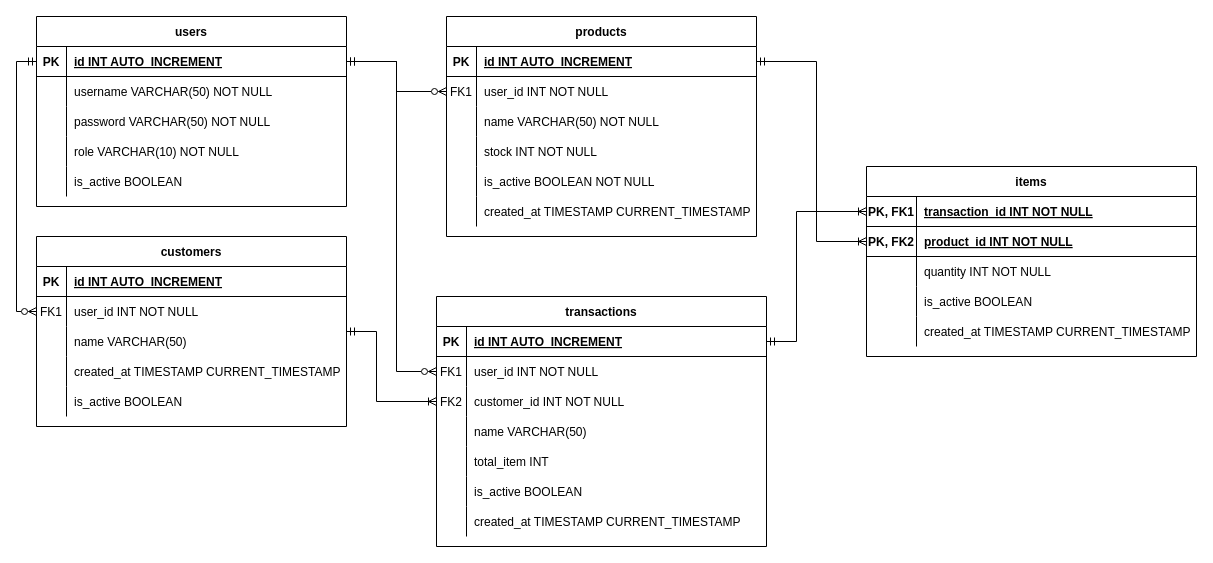
helmimuzkr/tokoku keeps this draw.io diagram as tokoku-erd.drawio. Above is the earlier version. Source tidied: cells renumbered, new cells numbered last; positions are measured from the earlier drawing's top-left corner, leaving out a move shared by most shapes. Both pictures are drawn from the tidied source at 100%, with x=0, y=0 at pixel (16, 16).
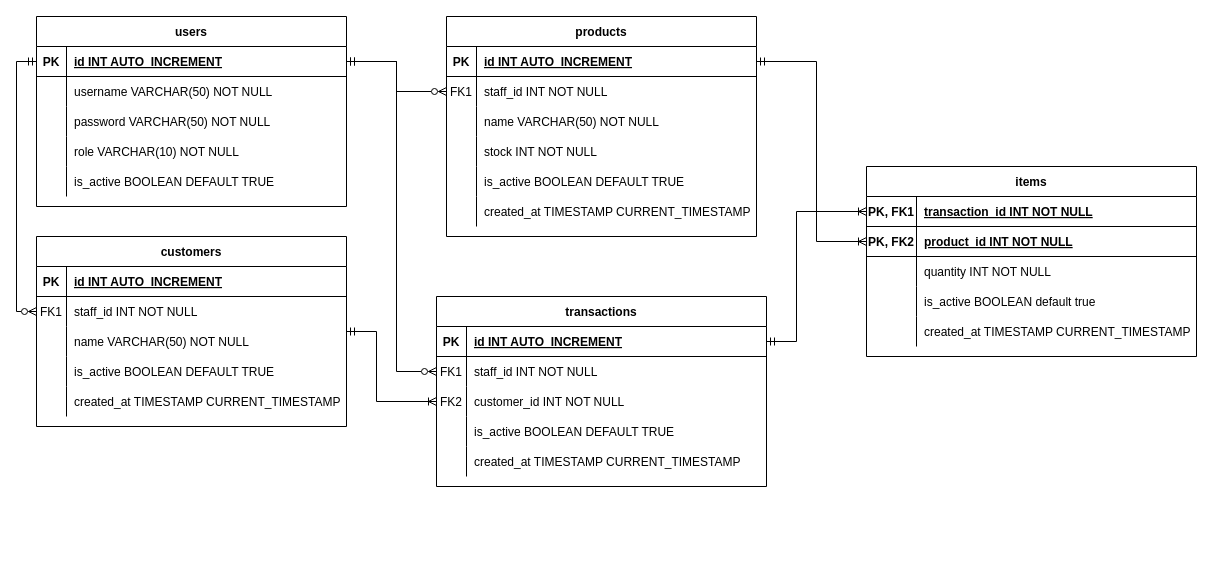
Above is the later version.

The change refers to these unchanged cells:
```xml
<mxCell id="15" style="shape=partialRectangle;fillColor=none;top=0;left=0;right=0;bottom=0;" parent="2" vertex="1">
  <mxGeometry y="150" width="310" height="30" as="geometry" />
</mxCell>
<mxCell id="19" value="customers" style="shape=table;startSize=30;childLayout=tableLayout;rowLines=0;fontStyle=1;align=center;" parent="1" vertex="1">
  <mxGeometry x="20" y="220" width="310" height="190" as="geometry" />
</mxCell>
<mxCell id="23" style="shape=partialRectangle;fillColor=none;points=[[0,0.5],[1,0.5]];portConstraint=eastwest;top=0;left=0;right=0;bottom=0;" parent="19" vertex="1">
  <mxGeometry y="60" width="310" height="30" as="geometry" />
</mxCell>
<mxCell id="26" style="shape=partialRectangle;fillColor=none;top=0;left=0;right=0;bottom=0;" parent="19" vertex="1">
  <mxGeometry y="90" width="310" height="30" as="geometry" />
</mxCell>
<mxCell id="39" style="shape=partialRectangle;fillColor=none;points=[[0,0.5],[1,0.5]];portConstraint=eastwest;top=0;left=0;right=0;bottom=0;" parent="35" vertex="1">
  <mxGeometry y="60" width="310" height="30" as="geometry" />
</mxCell>
<mxCell id="48" style="shape=partialRectangle;fillColor=none;top=0;left=0;right=0;bottom=0;" parent="35" vertex="1">
  <mxGeometry y="150" width="310" height="30" as="geometry" />
</mxCell>
<mxCell id="58" style="shape=partialRectangle;fillColor=none;points=[[0,0.5],[1,0.5]];portConstraint=eastwest;top=0;left=0;right=0;bottom=0;" parent="54" vertex="1">
  <mxGeometry y="60" width="330" height="30" as="geometry" />
</mxCell>
<mxCell id="86" style="shape=partialRectangle;fillColor=none;top=0;left=0;right=0;bottom=0;" parent="76" vertex="1">
  <mxGeometry y="120" width="330" height="30" as="geometry" />
</mxCell>
```

Diff of the diagram source:
```diff
@@
-    <mxCell id="17" value="is_active BOOLEAN" style="shape=partialRectangle;overflow=hidden;fillColor=none;top=0;left=0;bottom=0;right=0;align=left;spacingLeft=6;" parent="15" vertex="1">
+    <mxCell id="17" value="is_active BOOLEAN DEFAULT TRUE" style="shape=partialRectangle;overflow=hidden;fillColor=none;top=0;left=0;bottom=0;right=0;align=left;spacingLeft=6;" parent="15" vertex="1">
       <mxGeometry x="30" width="280" height="30" as="geometry" />
     </mxCell>
@@
-    <mxCell id="25" value="user_id INT NOT NULL" style="shape=partialRectangle;overflow=hidden;fillColor=none;top=0;left=0;bottom=0;right=0;align=left;spacingLeft=6;" parent="23" vertex="1">
+    <mxCell id="25" value="staff_id INT NOT NULL" style="shape=partialRectangle;overflow=hidden;fillColor=none;top=0;left=0;bottom=0;right=0;align=left;spacingLeft=6;" parent="23" vertex="1">
       <mxGeometry x="30" width="280" height="30" as="geometry" />
     </mxCell>
@@
-    <mxCell id="28" value="name VARCHAR(50)" style="shape=partialRectangle;overflow=hidden;fillColor=none;top=0;left=0;bottom=0;right=0;align=left;spacingLeft=6;" parent="26" vertex="1">
+    <mxCell id="28" value="name VARCHAR(50) NOT NULL" style="shape=partialRectangle;overflow=hidden;fillColor=none;top=0;left=0;bottom=0;right=0;align=left;spacingLeft=6;" parent="26" vertex="1">
       <mxGeometry x="30" width="280" height="30" as="geometry" />
     </mxCell>
+    <mxCell id="32" style="shape=partialRectangle;fillColor=none;top=0;left=0;right=0;bottom=0;" parent="19" vertex="1">
+      <mxGeometry y="120" width="310" height="30" as="geometry" />
+    </mxCell>
+    <mxCell id="33" style="shape=partialRectangle;overflow=hidden;fillColor=none;top=0;left=0;bottom=0;right=0;" parent="32" vertex="1">
+      <mxGeometry width="30" height="30" as="geometry" />
+    </mxCell>
+    <mxCell id="34" value="is_active BOOLEAN DEFAULT TRUE" style="shape=partialRectangle;overflow=hidden;fillColor=none;top=0;left=0;bottom=0;right=0;align=left;spacingLeft=6;" parent="32" vertex="1">
+      <mxGeometry x="30" width="280" height="30" as="geometry" />
+    </mxCell>
     <mxCell id="29" style="shape=partialRectangle;fillColor=none;top=0;left=0;right=0;bottom=0;" parent="19" vertex="1">
-      <mxGeometry y="120" width="310" height="30" as="geometry" />
+      <mxGeometry y="150" width="310" height="30" as="geometry" />
     </mxCell>
@@
-    <mxCell id="32" style="shape=partialRectangle;fillColor=none;top=0;left=0;right=0;bottom=0;" parent="19" vertex="1">
-      <mxGeometry y="150" width="310" height="30" as="geometry" />
-    </mxCell>
-    <mxCell id="33" style="shape=partialRectangle;overflow=hidden;fillColor=none;top=0;left=0;bottom=0;right=0;" parent="32" vertex="1">
-      <mxGeometry width="30" height="30" as="geometry" />
-    </mxCell>
-    <mxCell id="34" value="is_active BOOLEAN" style="shape=partialRectangle;overflow=hidden;fillColor=none;top=0;left=0;bottom=0;right=0;align=left;spacingLeft=6;" parent="32" vertex="1">
-      <mxGeometry x="30" width="280" height="30" as="geometry" />
-    </mxCell>
@@
-    <mxCell id="41" value="user_id INT NOT NULL" style="shape=partialRectangle;overflow=hidden;fillColor=none;top=0;left=0;bottom=0;right=0;align=left;spacingLeft=6;" parent="39" vertex="1">
+    <mxCell id="41" value="staff_id INT NOT NULL" style="shape=partialRectangle;overflow=hidden;fillColor=none;top=0;left=0;bottom=0;right=0;align=left;spacingLeft=6;" parent="39" vertex="1">
       <mxGeometry x="30" width="280" height="30" as="geometry" />
     </mxCell>
@@
-    <mxCell id="50" value="is_active BOOLEAN NOT NULL" style="shape=partialRectangle;overflow=hidden;fillColor=none;top=0;left=0;bottom=0;right=0;align=left;spacingLeft=6;" parent="48" vertex="1">
+    <mxCell id="50" value="is_active BOOLEAN DEFAULT TRUE " style="shape=partialRectangle;overflow=hidden;fillColor=none;top=0;left=0;bottom=0;right=0;align=left;spacingLeft=6;" parent="48" vertex="1">
       <mxGeometry x="30" width="280" height="30" as="geometry" />
     </mxCell>
@@
     <mxCell id="54" value="transactions" style="shape=table;startSize=30;childLayout=tableLayout;rowLines=0;fontStyle=1;align=center;" parent="1" vertex="1">
-      <mxGeometry x="420" y="280" width="330" height="250" as="geometry" />
+      <mxGeometry x="420" y="280" width="330" height="190" as="geometry" />
     </mxCell>
@@
-    <mxCell id="60" value="user_id INT NOT NULL" style="shape=partialRectangle;overflow=hidden;fillColor=none;top=0;left=0;bottom=0;right=0;align=left;spacingLeft=6;" parent="58" vertex="1">
+    <mxCell id="60" value="staff_id INT NOT NULL" style="shape=partialRectangle;overflow=hidden;fillColor=none;top=0;left=0;bottom=0;right=0;align=left;spacingLeft=6;" parent="58" vertex="1">
       <mxGeometry x="30" width="300" height="30" as="geometry" />
     </mxCell>
@@
-    <mxCell id="64" style="shape=partialRectangle;fillColor=none;top=0;left=0;right=0;bottom=0;" parent="54" vertex="1">
-      <mxGeometry y="120" width="330" height="30" as="geometry" />
-    </mxCell>
-    <mxCell id="65" style="shape=partialRectangle;overflow=hidden;fillColor=none;top=0;left=0;bottom=0;right=0;" parent="64" vertex="1">
-      <mxGeometry width="30" height="30" as="geometry" />
-    </mxCell>
-    <mxCell id="66" value="name VARCHAR(50)" style="shape=partialRectangle;overflow=hidden;fillColor=none;top=0;left=0;bottom=0;right=0;align=left;spacingLeft=6;" parent="64" vertex="1">
-      <mxGeometry x="30" width="300" height="30" as="geometry" />
-    </mxCell>
-    <mxCell id="67" style="shape=partialRectangle;fillColor=none;top=0;left=0;right=0;bottom=0;" parent="54" vertex="1">
-      <mxGeometry y="150" width="330" height="30" as="geometry" />
-    </mxCell>
-    <mxCell id="68" style="shape=partialRectangle;overflow=hidden;fillColor=none;top=0;left=0;bottom=0;right=0;" parent="67" vertex="1">
-      <mxGeometry width="30" height="30" as="geometry" />
-    </mxCell>
-    <mxCell id="69" value="total_item INT" style="shape=partialRectangle;overflow=hidden;fillColor=none;top=0;left=0;bottom=0;right=0;align=left;spacingLeft=6;" parent="67" vertex="1">
-      <mxGeometry x="30" width="300" height="30" as="geometry" />
-    </mxCell>
     <mxCell id="70" style="shape=partialRectangle;fillColor=none;top=0;left=0;right=0;bottom=0;" parent="54" vertex="1">
-      <mxGeometry y="180" width="330" height="30" as="geometry" />
+      <mxGeometry y="120" width="330" height="30" as="geometry" />
     </mxCell>
@@
-    <mxCell id="72" value="is_active BOOLEAN" style="shape=partialRectangle;overflow=hidden;fillColor=none;top=0;left=0;bottom=0;right=0;align=left;spacingLeft=6;" parent="70" vertex="1">
+    <mxCell id="72" value="is_active BOOLEAN DEFAULT TRUE" style="shape=partialRectangle;overflow=hidden;fillColor=none;top=0;left=0;bottom=0;right=0;align=left;spacingLeft=6;" parent="70" vertex="1">
       <mxGeometry x="30" width="300" height="30" as="geometry" />
     </mxCell>
     <mxCell id="73" style="shape=partialRectangle;fillColor=none;top=0;left=0;right=0;bottom=0;" parent="54" vertex="1">
-      <mxGeometry y="210" width="330" height="30" as="geometry" />
+      <mxGeometry y="150" width="330" height="30" as="geometry" />
     </mxCell>
@@
-    <mxCell id="88" value="is_active BOOLEAN" style="shape=partialRectangle;overflow=hidden;fillColor=none;top=0;left=0;bottom=0;right=0;align=left;spacingLeft=6;" parent="86" vertex="1">
+    <mxCell id="88" value="is_active BOOLEAN default true" style="shape=partialRectangle;overflow=hidden;fillColor=none;top=0;left=0;bottom=0;right=0;align=left;spacingLeft=6;" parent="86" vertex="1">
       <mxGeometry x="50" width="280" height="30" as="geometry" />
     </mxCell>
```
